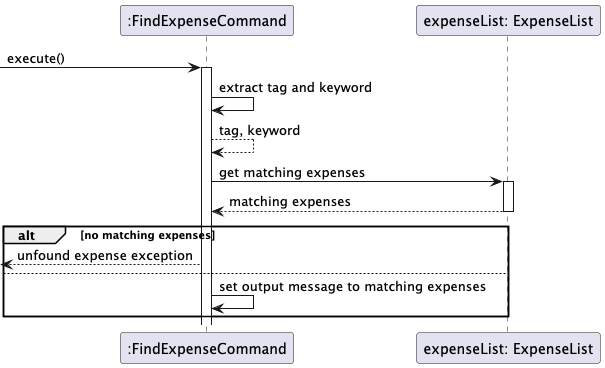
Earlier version of the PlantUML export docs/images/FindExpenseCommand.png (thienkimtranhoang/tp).
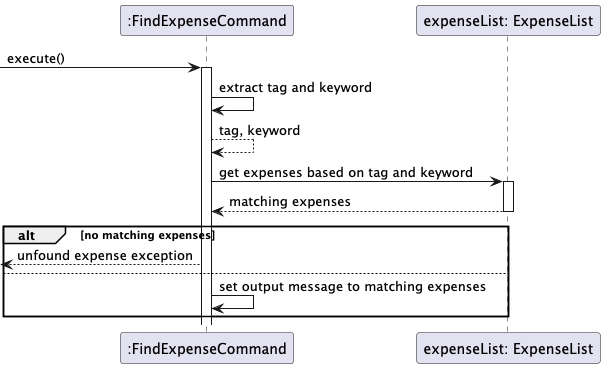
Above is the later version.

Commit message:
update on Find Expense Command

Diff of the diagram source:
```diff
@@ -5,7 +5,7 @@
 -> command ++: execute()
 command -> command: extract tag and keyword
 command --> command: tag, keyword
-command -> expenseList ++: get matching expenses
+command -> expenseList ++: get expenses based on tag and keyword
 command <-- expenseList --: matching expenses
 alt no matching expenses
     <-- command: unfound expense exception
```
